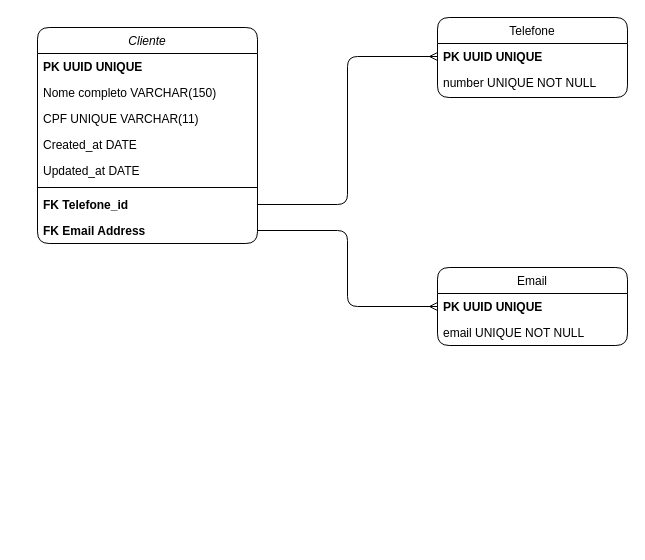
The draw.io diagram Diagrama.drawio in gabrielfmaranhao/Cadastro-de-clientes, before the edit. Source tidied: cells renumbered, new cells numbered last; positions are measured from the earlier drawing's top-left corner, leaving out a move shared by most shapes. Both pictures are drawn from the tidied source at 100%, with x=0, y=0 at pixel (37, 17).
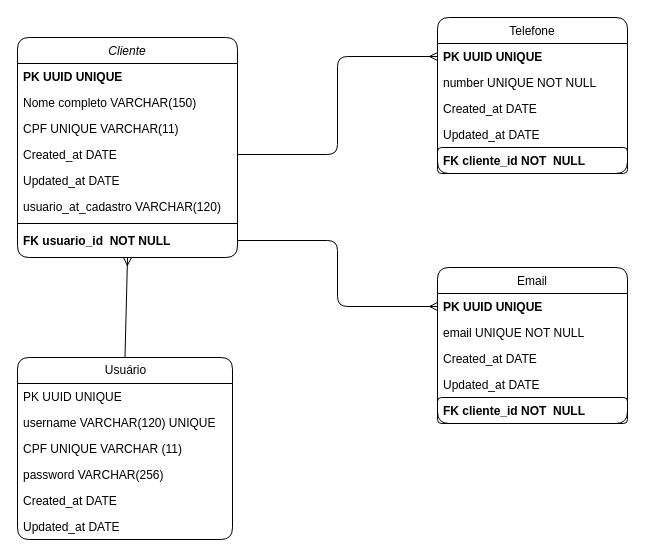
The same page after the edit.

The change refers to these unchanged cells:
```xml
<mxCell id="6" value="Created_at DATE" style="text;align=left;verticalAlign=top;spacingLeft=4;spacingRight=4;overflow=hidden;points=[[0,0.5],[1,0.5]];portConstraint=eastwest;rounded=1;shadow=0;html=0;" parent="2" vertex="1">
  <mxGeometry y="104" width="220" height="26" as="geometry" />
</mxCell>
<mxCell id="12" value="PK UUID UNIQUE" style="text;align=left;verticalAlign=top;spacingLeft=4;spacingRight=4;overflow=hidden;points=[[0,0.5],[1,0.5]];portConstraint=eastwest;fontStyle=1;rounded=1;" parent="11" vertex="1">
  <mxGeometry y="26" width="190" height="26" as="geometry" />
</mxCell>
```

Change to the diagram source:
```diff
@@
     <mxCell id="2" value="Cliente" style="swimlane;fontStyle=2;align=center;verticalAlign=top;horizontal=1;startSize=26;rounded=1;shadow=0;strokeWidth=1;" parent="1" vertex="1">
-      <mxGeometry y="10" width="220" height="216" as="geometry" />
+      <mxGeometry x="-20" y="20" width="220" height="220" as="geometry" />
     </mxCell>
@@
+    <mxCell id="19" value="usuario_at_cadastro VARCHAR(120)" style="text;align=left;verticalAlign=top;spacingLeft=4;spacingRight=4;overflow=hidden;rounded=1;" parent="2" vertex="1">
+      <mxGeometry y="156" width="220" height="26" as="geometry" />
+    </mxCell>
     <mxCell id="8" style="line;html=1;strokeWidth=1;align=left;verticalAlign=middle;spacingTop=-1;spacingLeft=3;spacingRight=3;labelPosition=right;rounded=1;" parent="2" vertex="1">
-      <mxGeometry y="156" width="220" height="8" as="geometry" />
+      <mxGeometry y="182" width="220" height="8" as="geometry" />
     </mxCell>
-    <mxCell id="9" value="FK Telefone_id " style="text;align=left;verticalAlign=top;spacingLeft=4;spacingRight=4;overflow=hidden;points=[[0,0.5],[1,0.5]];portConstraint=eastwest;rounded=1;shadow=0;html=0;fontStyle=1;" parent="2" vertex="1">
-      <mxGeometry y="164" width="220" height="26" as="geometry" />
-    </mxCell>
-    <mxCell id="10" value="FK Email Address" style="text;align=left;verticalAlign=top;spacingLeft=4;spacingRight=4;overflow=hidden;points=[[0,0.5],[1,0.5]];portConstraint=eastwest;rounded=1;shadow=0;html=0;fontStyle=1;" parent="2" vertex="1">
+    <mxCell id="10" value="FK usuario_id  NOT NULL" style="text;align=left;verticalAlign=top;spacingLeft=4;spacingRight=4;overflow=hidden;points=[[0,0.5],[1,0.5]];portConstraint=eastwest;rounded=1;shadow=0;html=0;fontStyle=1;" parent="2" vertex="1">
       <mxGeometry y="190" width="220" height="26" as="geometry" />
     </mxCell>
     <mxCell id="11" value="Telefone" style="swimlane;fontStyle=0;align=center;verticalAlign=top;horizontal=1;startSize=26;rounded=1;shadow=0;strokeWidth=1;" parent="1" vertex="1">
-      <mxGeometry x="400" width="190" height="80" as="geometry" />
+      <mxGeometry x="400" width="190" height="156" as="geometry" />
     </mxCell>
@@
+    <mxCell id="20" value="Created_at DATE" style="text;align=left;verticalAlign=top;spacingLeft=4;spacingRight=4;overflow=hidden;rounded=1;shadow=0;html=0;" parent="11" vertex="1">
+      <mxGeometry y="78" width="190" height="26" as="geometry" />
+    </mxCell>
+    <mxCell id="21" value="Updated_at DATE" style="text;align=left;verticalAlign=top;spacingLeft=4;spacingRight=4;overflow=hidden;rounded=1;shadow=0;html=0;" parent="11" vertex="1">
+      <mxGeometry y="104" width="190" height="26" as="geometry" />
+    </mxCell>
+    <mxCell id="22" value="FK cliente_id NOT  NULL" style="text;align=left;verticalAlign=top;spacingLeft=4;spacingRight=4;overflow=hidden;rounded=1;shadow=0;html=0;fontStyle=1;strokeColor=default;" parent="11" vertex="1">
+      <mxGeometry y="130" width="190" height="26" as="geometry" />
+    </mxCell>
     <mxCell id="14" value="Email" style="swimlane;fontStyle=0;horizontal=1;startSize=26;fillColor=none;rounded=1;" parent="1" vertex="1">
-      <mxGeometry x="400" y="250" width="190" height="78" as="geometry" />
+      <mxGeometry x="400" y="250" width="190" height="156" as="geometry" />
     </mxCell>
@@
+    <mxCell id="23" value="Created_at DATE" style="text;strokeColor=none;fillColor=none;align=left;verticalAlign=top;spacingLeft=4;spacingRight=4;overflow=hidden;rounded=1;" parent="14" vertex="1">
+      <mxGeometry y="78" width="190" height="26" as="geometry" />
+    </mxCell>
+    <mxCell id="24" value="Updated_at DATE" style="text;strokeColor=none;fillColor=none;align=left;verticalAlign=top;spacingLeft=4;spacingRight=4;overflow=hidden;rounded=1;" parent="14" vertex="1">
+      <mxGeometry y="104" width="190" height="26" as="geometry" />
+    </mxCell>
+    <mxCell id="25" value="FK cliente_id NOT  NULL" style="text;strokeColor=default;fillColor=none;align=left;verticalAlign=top;spacingLeft=4;spacingRight=4;overflow=hidden;rounded=1;fontStyle=1;" parent="14" vertex="1">
+      <mxGeometry y="130" width="190" height="26" as="geometry" />
+    </mxCell>
-    <mxCell id="17" style="edgeStyle=orthogonalEdgeStyle;rounded=1;jettySize=auto;html=1;exitX=1;exitY=0.5;exitDx=0;exitDy=0;entryX=0;entryY=0.5;entryDx=0;entryDy=0;endArrow=ERmany;endFill=0;" parent="1" edge="1" source="9" target="12">
+    <mxCell id="17" style="edgeStyle=orthogonalEdgeStyle;rounded=1;jettySize=auto;html=1;exitX=1;exitY=0.5;exitDx=0;exitDy=0;entryX=0;entryY=0.5;entryDx=0;entryDy=0;endArrow=ERmany;endFill=0;" parent="1" edge="1" source="6" target="12">
       <mxGeometry relative="1" as="geometry" />
     </mxCell>
@@
+    <mxCell id="26" style="edgeStyle=none;html=1;exitX=0.5;exitY=0;exitDx=0;exitDy=0;entryX=0.5;entryY=1;entryDx=0;entryDy=0;endArrow=ERmany;endFill=0;" parent="1" edge="1" source="27" target="2">
+      <mxGeometry relative="1" as="geometry" />
+    </mxCell>
+    <mxCell id="27" value="Usuário" style="swimlane;fontStyle=0;horizontal=1;startSize=26;fillColor=none;html=1;rounded=1;strokeColor=default;" parent="1" vertex="1">
+      <mxGeometry x="-20" y="340" width="215" height="182" as="geometry" />
+    </mxCell>
+    <mxCell id="28" value="PK UUID UNIQUE" style="text;strokeColor=none;fillColor=none;align=left;verticalAlign=top;spacingLeft=4;spacingRight=4;overflow=hidden;whiteSpace=wrap;html=1;rounded=1;" parent="27" vertex="1">
+      <mxGeometry y="26" width="215" height="26" as="geometry" />
+    </mxCell>
+    <mxCell id="29" value="username VARCHAR(120) UNIQUE" style="text;strokeColor=none;fillColor=none;align=left;verticalAlign=top;spacingLeft=4;spacingRight=4;overflow=hidden;whiteSpace=wrap;html=1;rounded=1;" parent="27" vertex="1">
+      <mxGeometry y="52" width="215" height="26" as="geometry" />
+    </mxCell>
+    <mxCell id="30" value="CPF UNIQUE VARCHAR (11)" style="text;strokeColor=none;fillColor=none;align=left;verticalAlign=top;spacingLeft=4;spacingRight=4;overflow=hidden;whiteSpace=wrap;html=1;rounded=1;" parent="27" vertex="1">
+      <mxGeometry y="78" width="215" height="26" as="geometry" />
+    </mxCell>
+    <mxCell id="31" value="password VARCHAR(256)" style="text;strokeColor=none;fillColor=none;align=left;verticalAlign=top;spacingLeft=4;spacingRight=4;overflow=hidden;whiteSpace=wrap;html=1;rounded=1;" parent="27" vertex="1">
+      <mxGeometry y="104" width="215" height="26" as="geometry" />
+    </mxCell>
+    <mxCell id="32" value="&lt;span style=&quot;&quot;&gt;Created_at DATE&lt;/span&gt;" style="text;strokeColor=none;fillColor=none;align=left;verticalAlign=top;spacingLeft=4;spacingRight=4;overflow=hidden;whiteSpace=wrap;html=1;rounded=1;" parent="27" vertex="1">
+      <mxGeometry y="130" width="215" height="26" as="geometry" />
+    </mxCell>
+    <mxCell id="33" value="&lt;span style=&quot;&quot;&gt;Updated_at DATE&lt;/span&gt;" style="text;strokeColor=none;fillColor=none;align=left;verticalAlign=top;spacingLeft=4;spacingRight=4;overflow=hidden;whiteSpace=wrap;html=1;rounded=1;" parent="27" vertex="1">
+      <mxGeometry y="156" width="215" height="26" as="geometry" />
+    </mxCell>
```
